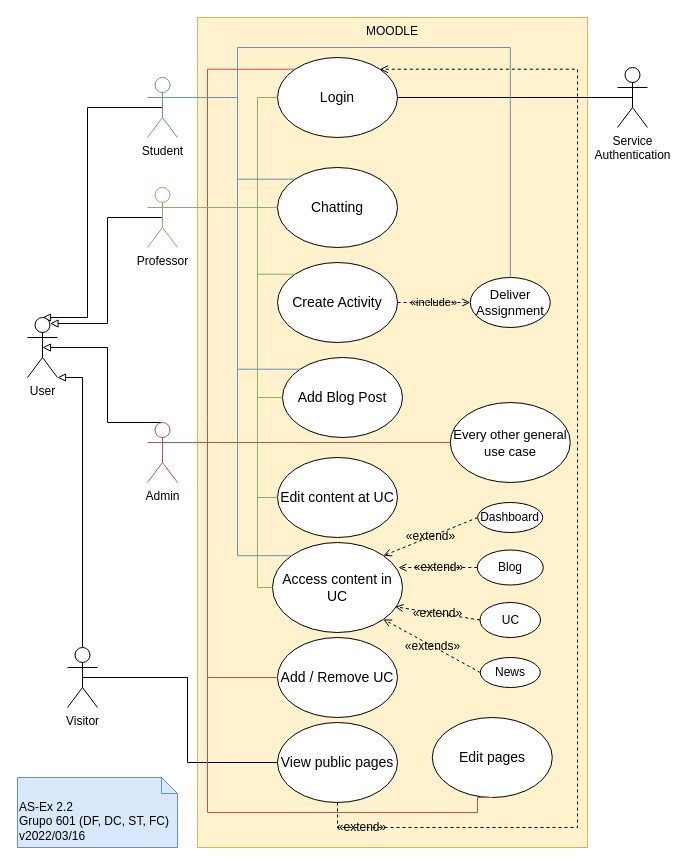
This is page "2.2" (1 of 3) of P/P2/P2.drawio from DavidAraujo98/AS, a draw.io file, before an edit. Source tidied: cells renumbered, new cells numbered last; positions are measured from the earlier drawing's top-left corner, leaving out a move shared by most shapes. Both pictures are drawn from the tidied source at 100%, with x=0, y=0 at pixel (17, 17).
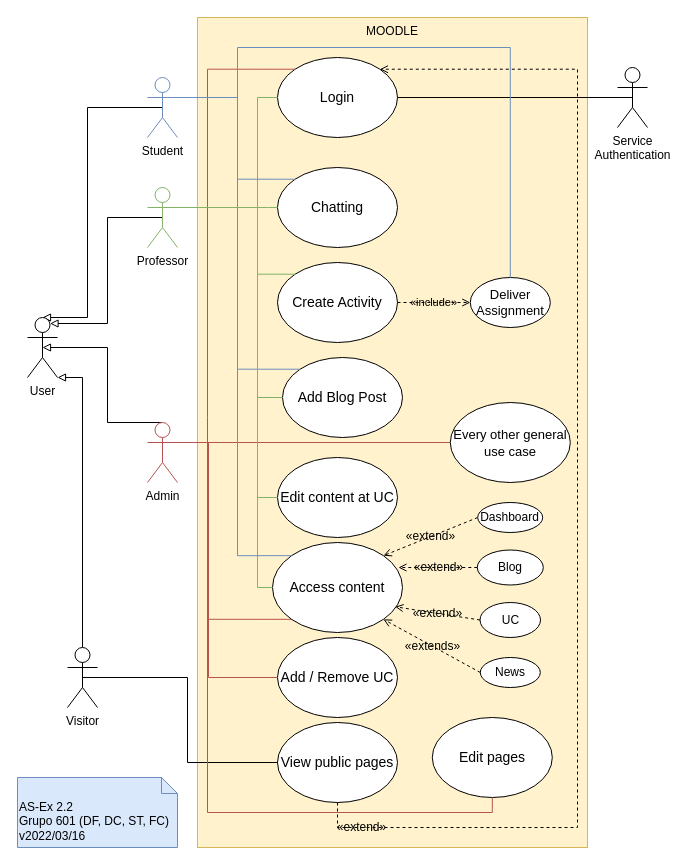
Above is the later version.

Unchanged cells that the change refers to:
```xml
<mxCell id="9" value="&lt;div&gt;Admin&lt;/div&gt;" style="shape=umlActor;verticalLabelPosition=bottom;verticalAlign=top;html=1;outlineConnect=0;strokeColor=#B85450;" parent="1" vertex="1">
  <mxGeometry x="130" y="405" width="30" height="60" as="geometry" />
</mxCell>
<mxCell id="18" value="&lt;font style=&quot;font-size: 14px&quot;&gt;Add / Remove UC&lt;/font&gt;" style="ellipse;whiteSpace=wrap;html=1;" parent="1" vertex="1">
  <mxGeometry x="260" y="620" width="120" height="80" as="geometry" />
</mxCell>
<mxCell id="26" value="&lt;div&gt;&lt;font style=&quot;font-size: 14px&quot;&gt;Edit pages&lt;/font&gt;&lt;br&gt;&lt;/div&gt;" style="ellipse;whiteSpace=wrap;html=1;" parent="1" vertex="1">
  <mxGeometry x="414.8" y="700" width="120" height="80" as="geometry" />
</mxCell>
```

Change to the diagram source:
```diff
@@
+    <mxCell id="52" style="edgeStyle=orthogonalEdgeStyle;rounded=0;jettySize=auto;html=1;exitX=1;exitY=0.3333333333333333;exitDx=0;exitDy=0;exitPerimeter=0;entryX=0;entryY=1;entryDx=0;entryDy=0;endArrow=none;endFill=0;strokeColor=#B85450;" parent="1" edge="1" source="9" target="24">
+      <mxGeometry relative="1" as="geometry">
+        <Array as="points">
+          <mxPoint x="191" y="425" />
+          <mxPoint x="191" y="602" />
+        </Array>
+      </mxGeometry>
+    </mxCell>
@@
-    <mxCell id="24" value="&lt;font style=&quot;font-size: 14px&quot;&gt;Access content in UC&lt;/font&gt;" style="ellipse;whiteSpace=wrap;html=1;" parent="1" vertex="1">
+    <mxCell id="24" value="&lt;font style=&quot;font-size: 14px&quot;&gt;Access content&lt;/font&gt;" style="ellipse;whiteSpace=wrap;html=1;" parent="1" vertex="1">
       <mxGeometry x="255" y="525" width="130" height="90" as="geometry" />
     </mxCell>
@@
     <mxCell id="28" style="endArrow=none;html=1;rounded=0;entryX=0.5;entryY=1;entryDx=0;entryDy=0;exitX=1;exitY=0.3333333333333333;exitDx=0;exitDy=0;exitPerimeter=0;fillColor=#f8cecc;gradientColor=#ea6b66;strokeColor=#b85450;edgeStyle=orthogonalEdgeStyle;" parent="1" edge="1" source="9" target="26">
       <mxGeometry relative="1" as="geometry">
         <Array as="points">
           <mxPoint x="190" y="425" />
           <mxPoint x="190" y="795" />
-          <mxPoint x="460" y="795" />
+          <mxPoint x="475" y="795" />
+          <mxPoint x="475" y="780" />
         </Array>
       </mxGeometry>
     </mxCell>
@@
     <mxCell id="42" style="endArrow=none;html=1;rounded=0;exitX=1;exitY=0.3333333333333333;exitDx=0;exitDy=0;exitPerimeter=0;entryX=0;entryY=0.5;entryDx=0;entryDy=0;fillColor=#f8cecc;gradientColor=#ea6b66;strokeColor=#B85450;edgeStyle=orthogonalEdgeStyle;" parent="1" edge="1" source="9" target="18">
       <mxGeometry relative="1" as="geometry">
         <Array as="points">
-          <mxPoint x="190" y="425" />
-          <mxPoint x="190" y="660" />
+          <mxPoint x="191" y="425" />
+          <mxPoint x="191" y="660" />
         </Array>
       </mxGeometry>
     </mxCell>
```
